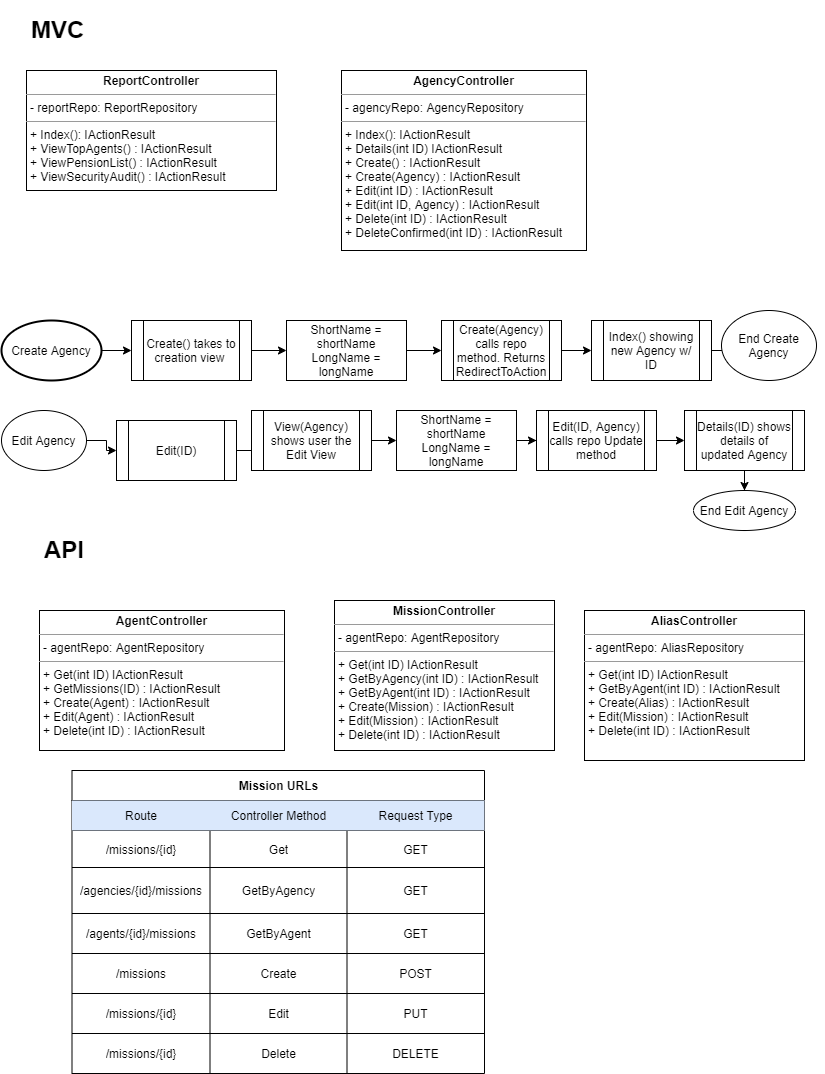
Above: FieldAgent/FieldAgentWebDocumentation.png in mfd713/MadelineFriend-cohort-4 (draw.io), before the change. Source tidied: cells renumbered, new cells last; positions are measured from the earlier drawing's top-left corner, leaving out a move shared by most shapes.
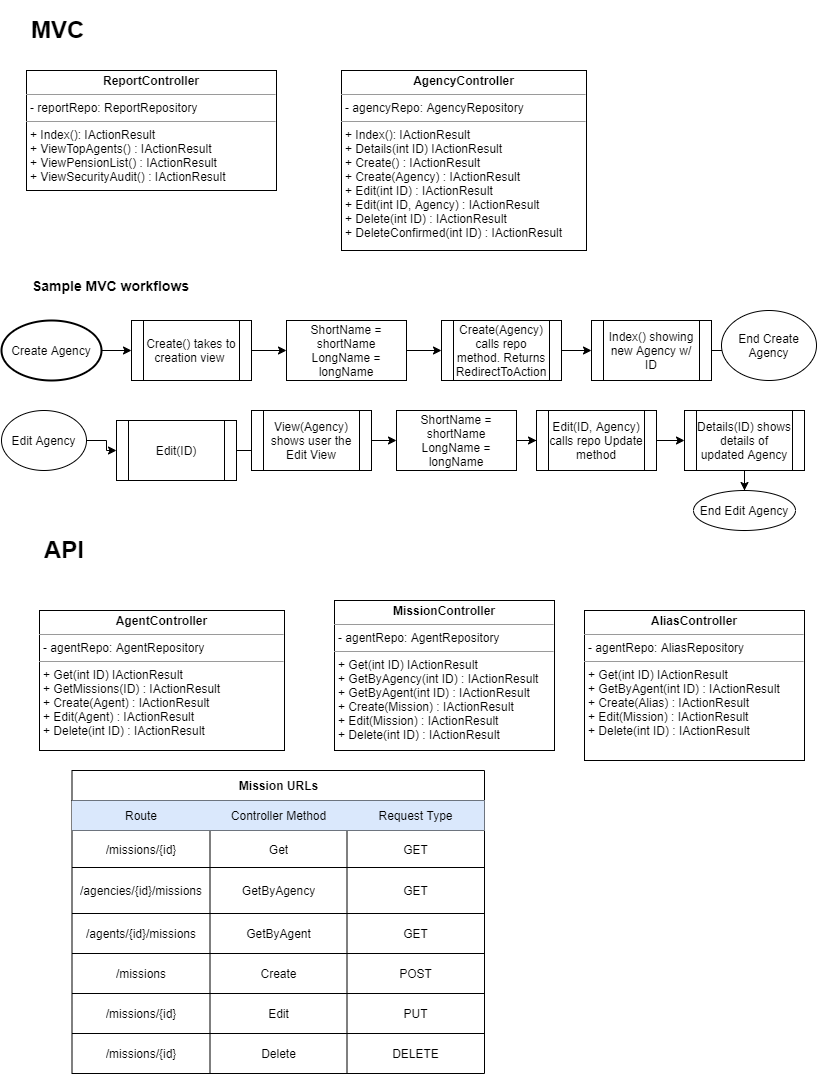
The same file after the commit.

Change to the diagram source:
```diff
@@ -182,5 +182,8 @@
     <mxCell id="61" value="End Edit Agency" style="ellipse;whiteSpace=wrap;html=1;" parent="1" vertex="1">
       <mxGeometry x="692" y="480" width="102" height="40" as="geometry" />
     </mxCell>
+    <mxCell id="62" value="&lt;font style=&quot;font-size: 14px&quot;&gt;&lt;b&gt;Sample MVC workflows&lt;/b&gt;&lt;/font&gt;" style="text;html=1;strokeColor=none;fillColor=none;align=center;verticalAlign=middle;whiteSpace=wrap;rounded=0;" parent="1" vertex="1">
+      <mxGeometry x="22.5" y="260" width="172.5" height="30" as="geometry" />
+    </mxCell>
   </root>
 </mxGraphModel>
```
